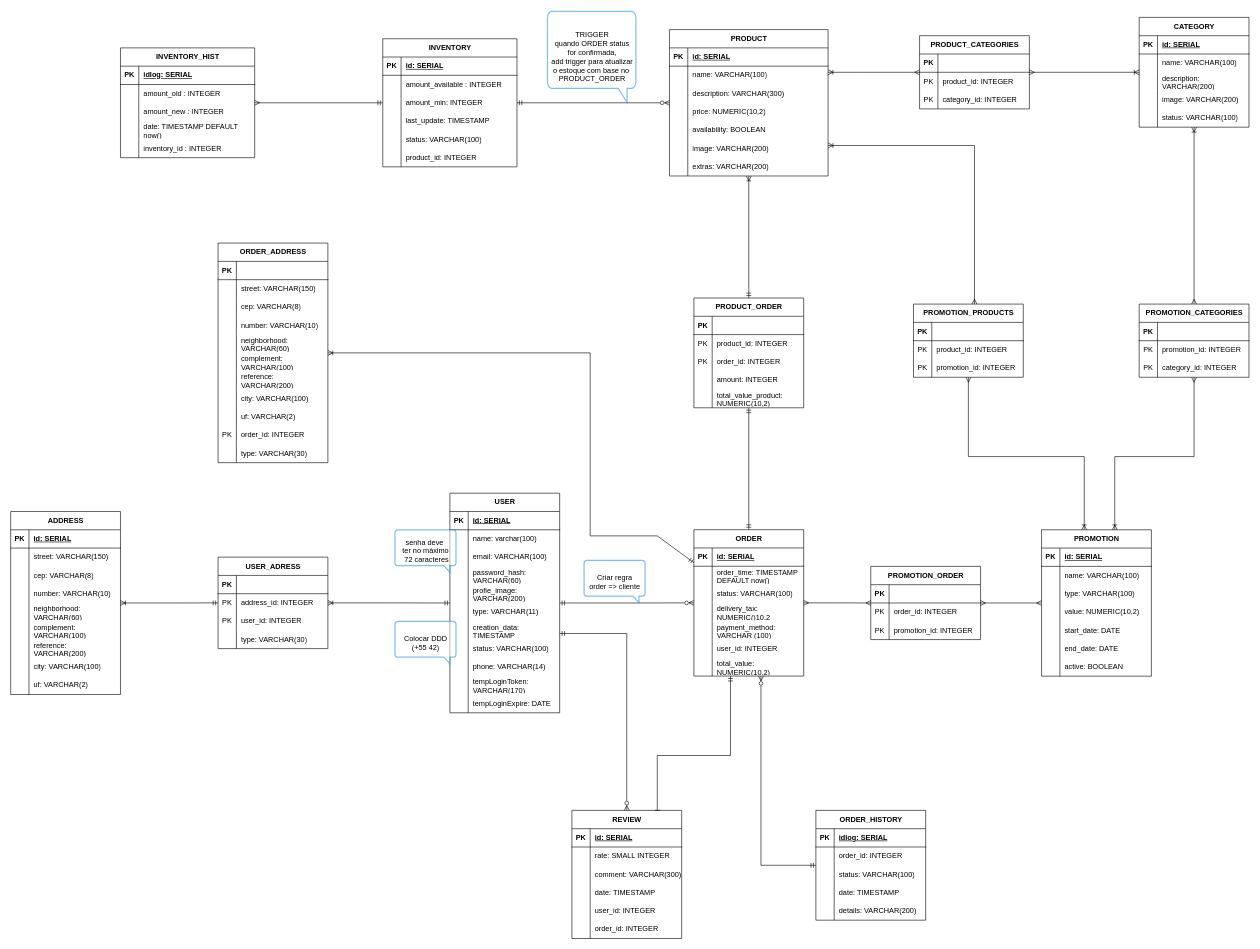
Above: DescomplicAI(1).drawio in DescomplicAI-Lions/BancoDeDadosDiagrama (draw.io), before the change. Source tidied: cells renumbered, new cells numbered last; positions are measured from the earlier drawing's top-left corner, leaving out a move shared by most shapes. Both pictures are drawn from the tidied source at 61%, with x=0, y=0 at pixel (10, 11).
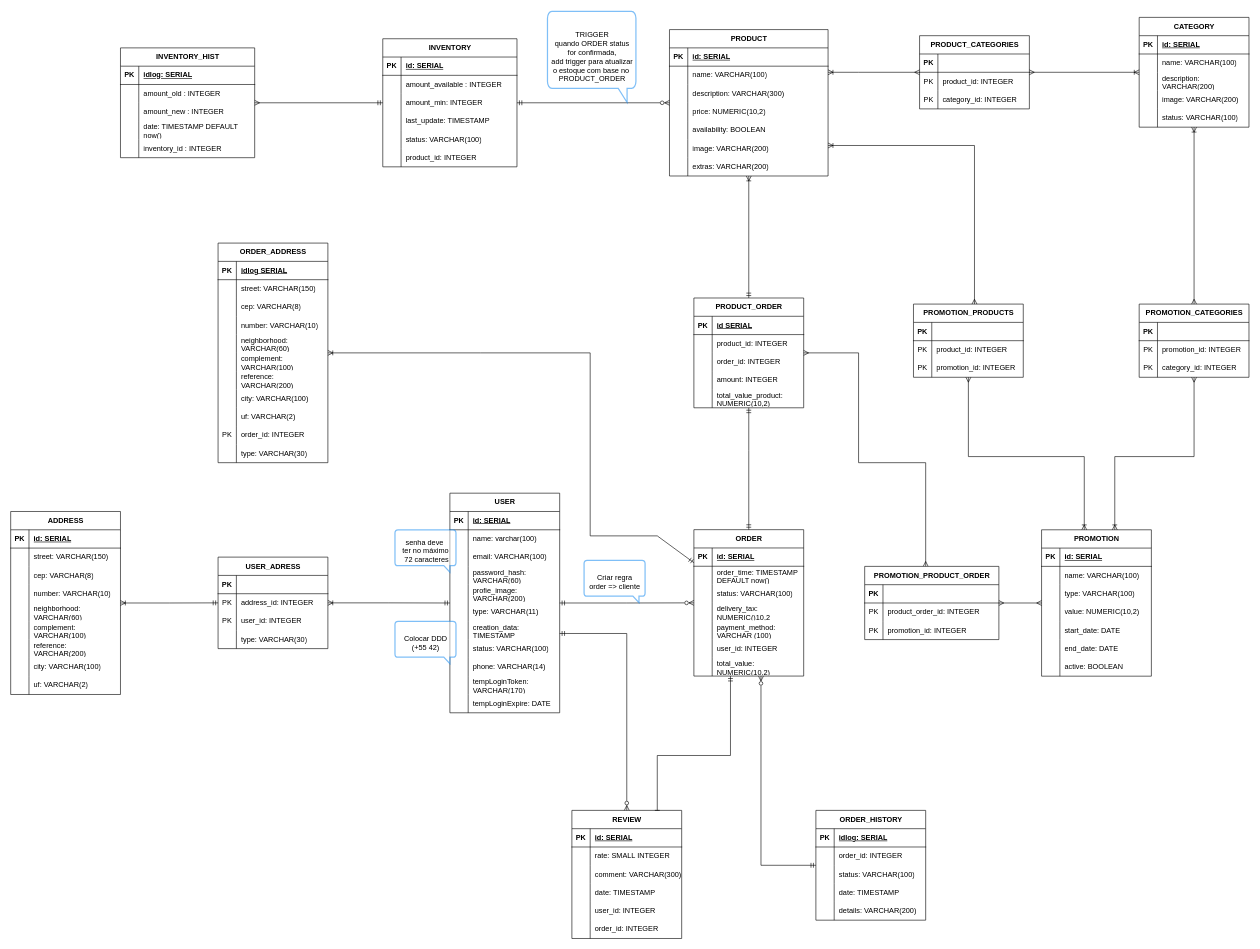
The same page after the edit.

The change refers to these unchanged cells:
```xml
<mxCell id="40" value="ORDER" style="shape=table;startSize=30;childLayout=tableLayout;rowLines=0;fontStyle=1;align=center;html=1;" parent="1" vertex="1">
  <mxGeometry x="1120" y="849.8" width="180" height="240" as="geometry" />
</mxCell>
<mxCell id="175" value="PRODUCT_ORDER" style="shape=table;startSize=30;childLayout=tableLayout;rowLines=0;fontStyle=1;align=center;html=1;" parent="1" vertex="1">
  <mxGeometry x="1120" y="470" width="180" height="180" as="geometry" />
</mxCell>
<mxCell id="176" style="shape=tableRow;horizontal=0;startSize=0;swimlaneHead=0;swimlaneBody=0;fillColor=none;top=0;left=0;right=0;bottom=1;" parent="175" vertex="1">
  <mxGeometry y="30" width="180" height="30" as="geometry" />
</mxCell>
<mxCell id="179" style="shape=tableRow;horizontal=0;startSize=0;swimlaneHead=0;swimlaneBody=0;fillColor=none;top=0;left=0;right=0;bottom=0;" parent="175" vertex="1">
  <mxGeometry y="60" width="180" height="30" as="geometry" />
</mxCell>
<mxCell id="182" style="shape=tableRow;horizontal=0;startSize=0;swimlaneHead=0;swimlaneBody=0;fillColor=none;top=0;left=0;right=0;bottom=0;" parent="175" vertex="1">
  <mxGeometry y="90" width="180" height="30" as="geometry" />
</mxCell>
<mxCell id="281" style="shape=tableRow;horizontal=0;startSize=0;swimlaneHead=0;swimlaneBody=0;fillColor=none;top=0;left=0;right=0;bottom=1;" parent="280" vertex="1">
  <mxGeometry y="30" width="180" height="30" as="geometry" />
</mxCell>
```

What changed in the source:
```diff
@@
-    <mxCell id="178" style="shape=partialRectangle;fillColor=none;top=0;left=0;bottom=0;right=0;align=left;spacingLeft=6;fontStyle=5;overflow=hidden;whiteSpace=wrap;html=1;" parent="176" vertex="1">
+    <mxCell id="178" value="id SERIAL" style="shape=partialRectangle;fillColor=none;top=0;left=0;bottom=0;right=0;align=left;spacingLeft=6;fontStyle=5;overflow=hidden;whiteSpace=wrap;html=1;" parent="176" vertex="1">
       <mxGeometry x="30" width="150" height="30" as="geometry" />
     </mxCell>
@@
-    <mxCell id="180" value="PK" style="shape=partialRectangle;fillColor=none;top=0;left=0;bottom=0;right=0;overflow=hidden;whiteSpace=wrap;html=1;" parent="179" vertex="1">
+    <mxCell id="180" style="shape=partialRectangle;fillColor=none;top=0;left=0;bottom=0;right=0;overflow=hidden;whiteSpace=wrap;html=1;" parent="179" vertex="1">
       <mxGeometry width="30" height="30" as="geometry" />
     </mxCell>
@@
-    <mxCell id="183" value="PK" style="shape=partialRectangle;fillColor=none;top=0;left=0;bottom=0;right=0;overflow=hidden;whiteSpace=wrap;html=1;" parent="182" vertex="1">
+    <mxCell id="183" style="shape=partialRectangle;fillColor=none;top=0;left=0;bottom=0;right=0;overflow=hidden;whiteSpace=wrap;html=1;" parent="182" vertex="1">
       <mxGeometry width="30" height="30" as="geometry" />
     </mxCell>
@@
-    <mxCell id="197" style="edgeStyle=orthogonalEdgeStyle;fontSize=12;html=1;endArrow=ERmany;startArrow=ERmany;rounded=0;startFill=0;endFill=0;" parent="1" edge="1" source="40" target="315">
-      <mxGeometry relative="1" as="geometry" />
+    <mxCell id="197" style="edgeStyle=orthogonalEdgeStyle;fontSize=12;html=1;endArrow=ERmany;startArrow=ERmany;rounded=0;startFill=0;endFill=0;" parent="1" edge="1" source="175" target="315">
+      <mxGeometry relative="1" as="geometry">
+        <Array as="points">
+          <mxPoint x="1390" y="560" />
+          <mxPoint x="1390" y="740" />
+          <mxPoint x="1500" y="740" />
+        </Array>
+      </mxGeometry>
     </mxCell>
@@
-    <mxCell id="283" style="shape=partialRectangle;fillColor=none;top=0;left=0;bottom=0;right=0;align=left;spacingLeft=6;fontStyle=5;overflow=hidden;whiteSpace=wrap;html=1;" parent="281" vertex="1">
+    <mxCell id="283" value="idlog SERIAL" style="shape=partialRectangle;fillColor=none;top=0;left=0;bottom=0;right=0;align=left;spacingLeft=6;fontStyle=5;overflow=hidden;whiteSpace=wrap;html=1;" parent="281" vertex="1">
       <mxGeometry x="30" width="150" height="30" as="geometry" />
     </mxCell>
@@
-    <mxCell id="315" value="PROMOTION_ORDER" style="shape=table;startSize=30;childLayout=tableLayout;rowLines=0;fontStyle=1;align=center;html=1;" parent="1" vertex="1">
-      <mxGeometry x="1410" y="910" width="180" height="120" as="geometry" />
+    <mxCell id="315" value="PROMOTION_PRODUCT_ORDER" style="shape=table;startSize=30;childLayout=tableLayout;rowLines=0;fontStyle=1;align=center;html=1;" parent="1" vertex="1">
+      <mxGeometry x="1400" y="910" width="220" height="120" as="geometry" />
     </mxCell>
     <mxCell id="316" style="shape=tableRow;horizontal=0;startSize=0;swimlaneHead=0;swimlaneBody=0;fillColor=none;top=0;left=0;right=0;bottom=1;" parent="315" vertex="1">
-      <mxGeometry y="30" width="180" height="30" as="geometry" />
+      <mxGeometry y="30" width="220" height="30" as="geometry" />
     </mxCell>
@@
     <mxCell id="318" style="shape=partialRectangle;fillColor=none;top=0;left=0;bottom=0;right=0;align=left;spacingLeft=6;fontStyle=5;overflow=hidden;whiteSpace=wrap;html=1;" parent="316" vertex="1">
-      <mxGeometry x="30" width="150" height="30" as="geometry" />
+      <mxGeometry x="30" width="190" height="30" as="geometry" />
     </mxCell>
     <mxCell id="319" style="shape=tableRow;horizontal=0;startSize=0;swimlaneHead=0;swimlaneBody=0;fillColor=none;top=0;left=0;right=0;bottom=0;" parent="315" vertex="1">
-      <mxGeometry y="60" width="180" height="30" as="geometry" />
+      <mxGeometry y="60" width="220" height="30" as="geometry" />
     </mxCell>
@@
-    <mxCell id="321" value="order_id: INTEGER" style="shape=partialRectangle;fillColor=none;top=0;left=0;bottom=0;right=0;align=left;spacingLeft=6;overflow=hidden;whiteSpace=wrap;html=1;" parent="319" vertex="1">
-      <mxGeometry x="30" width="150" height="30" as="geometry" />
+    <mxCell id="321" value="product_order_id: INTEGER" style="shape=partialRectangle;fillColor=none;top=0;left=0;bottom=0;right=0;align=left;spacingLeft=6;overflow=hidden;whiteSpace=wrap;html=1;" parent="319" vertex="1">
+      <mxGeometry x="30" width="190" height="30" as="geometry" />
     </mxCell>
     <mxCell id="322" style="shape=tableRow;horizontal=0;startSize=0;swimlaneHead=0;swimlaneBody=0;fillColor=none;top=0;left=0;right=0;bottom=0;" parent="315" vertex="1">
-      <mxGeometry y="90" width="180" height="30" as="geometry" />
+      <mxGeometry y="90" width="220" height="30" as="geometry" />
     </mxCell>
@@
     <mxCell id="324" value="promotion_id: INTEGER" style="shape=partialRectangle;fillColor=none;top=0;left=0;bottom=0;right=0;align=left;spacingLeft=6;overflow=hidden;whiteSpace=wrap;html=1;" parent="322" vertex="1">
-      <mxGeometry x="30" width="150" height="30" as="geometry" />
+      <mxGeometry x="30" width="190" height="30" as="geometry" />
     </mxCell>
```
